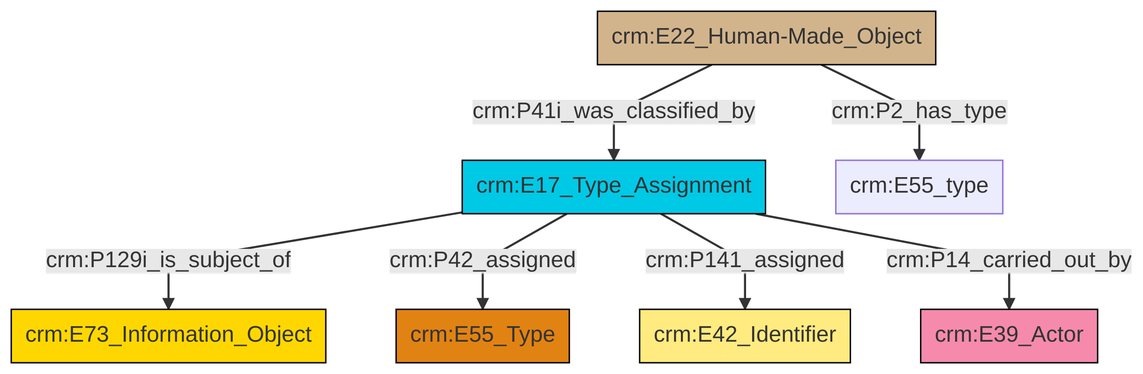
Above: et/builtWorkCSV/ttl/mmd/png/Built_Work_designation_status.png in swiss-art-research-net/reference-data-models (Mermaid), before the change. Its source is kept beside it as et/builtWorkCSV/ttl/mmd/Built_Work_designation_status.ttl.mmd.
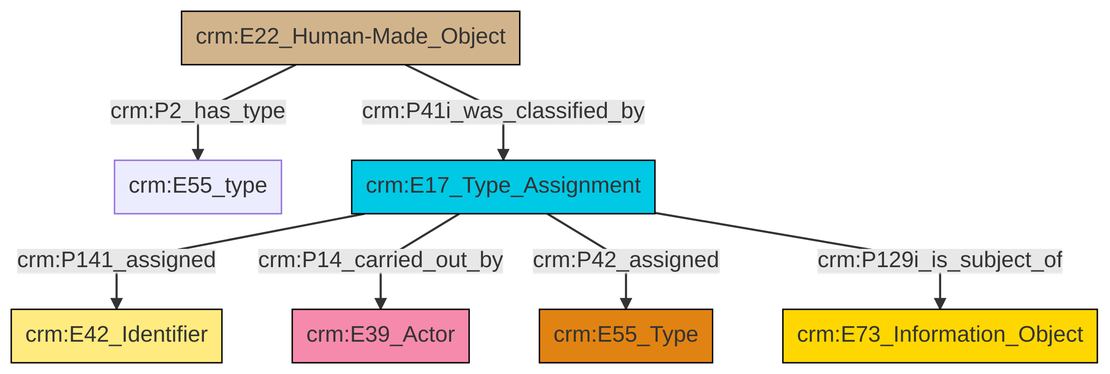
After the change.

The edit, as a diff of the source:
```diff
@@ -13,9 +13,9 @@
 classDef PC_Classes fill:#4ce600, stroke:#000000;
 classDef Multi fill:#cccccc,stroke:#000000;
 
-2["crm:E17_Type_Assignment"]:::Temporal_Entity -->|crm:P129i_is_subject_of| 3["crm:E73_Information_Object"]:::Conceptual_Object
-4["crm:E22_Human-Made_Object"]:::Physical_Thing -->|crm:P41i_was_classified_by| 2["crm:E17_Type_Assignment"]:::Temporal_Entity
-2["crm:E17_Type_Assignment"]:::Temporal_Entity -->|crm:P42_assigned| 8["crm:E55_Type"]:::Type
-2["crm:E17_Type_Assignment"]:::Temporal_Entity -->|crm:P141_assigned| 0["crm:E42_Identifier"]:::Appellation
-2["crm:E17_Type_Assignment"]:::Temporal_Entity -->|crm:P14_carried_out_by| 13["crm:E39_Actor"]:::Actor
-4["crm:E22_Human-Made_Object"]:::Physical_Thing -->|crm:P2_has_type| 10["crm:E55_type"]:::Default
+0["crm:E22_Human-Made_Object"]:::Physical_Thing -->|crm:P2_has_type| 1["crm:E55_type"]:::Default
+0["crm:E22_Human-Made_Object"]:::Physical_Thing -->|crm:P41i_was_classified_by| 2["crm:E17_Type_Assignment"]:::Temporal_Entity
+2["crm:E17_Type_Assignment"]:::Temporal_Entity -->|crm:P141_assigned| 3["crm:E42_Identifier"]:::Appellation
+2["crm:E17_Type_Assignment"]:::Temporal_Entity -->|crm:P14_carried_out_by| 4["crm:E39_Actor"]:::Actor
+2["crm:E17_Type_Assignment"]:::Temporal_Entity -->|crm:P42_assigned| 11["crm:E55_Type"]:::Type
+2["crm:E17_Type_Assignment"]:::Temporal_Entity -->|crm:P129i_is_subject_of| 7["crm:E73_Information_Object"]:::Conceptual_Object
```
